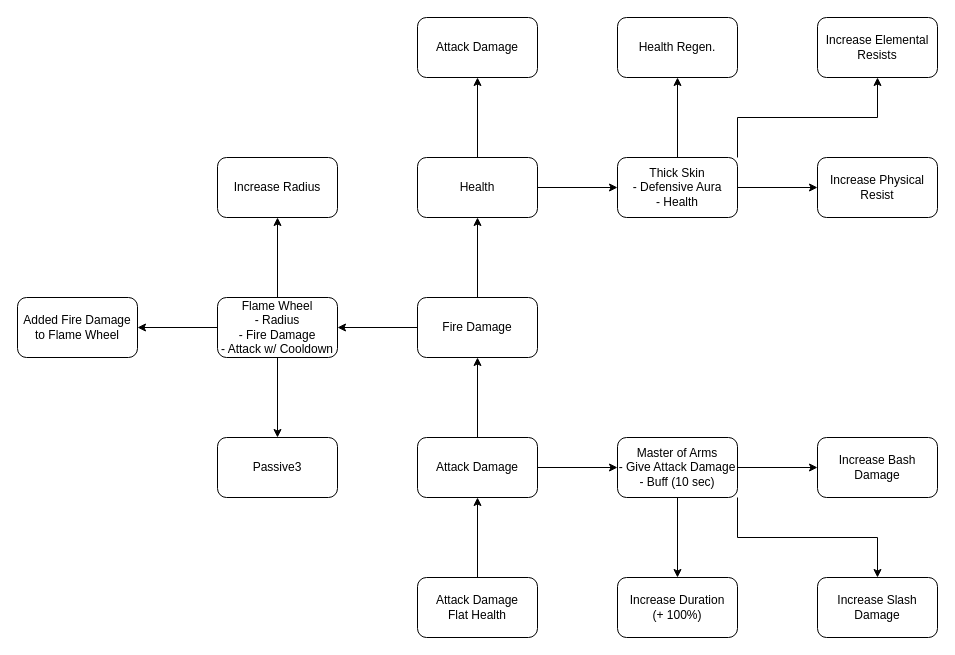
Above: page "Rebel" (1 of 30) of Docs/SkillTree.drawio in LeVieuxSinge/RoguelikeGame (draw.io), before the change. Source tidied: cells renumbered, new cells numbered last; positions are measured from the earlier drawing's top-left corner, leaving out a move shared by most shapes. Both pictures are drawn from the tidied source at 100%, with x=0, y=0 at pixel (17, 17).
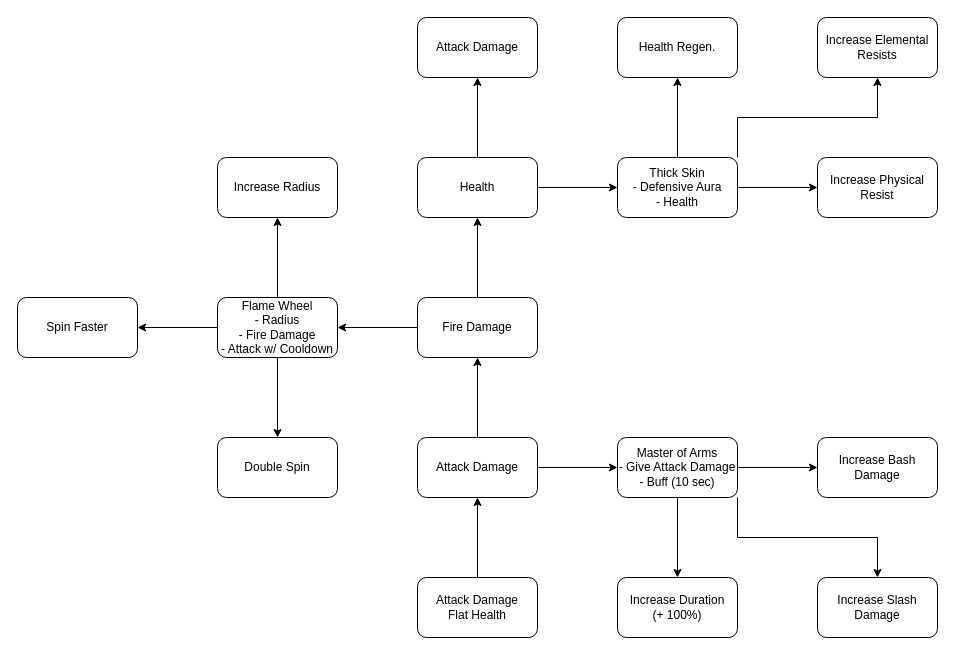
The same page after the edit.

What changed in the source:
```diff
@@
-    <mxCell id="29" value="Passive3" style="rounded=1;whiteSpace=wrap;html=1;" parent="1" vertex="1">
+    <mxCell id="29" value="Double Spin" style="rounded=1;whiteSpace=wrap;html=1;" parent="1" vertex="1">
       <mxGeometry x="200" y="420" width="120" height="60" as="geometry" />
     </mxCell>
-    <mxCell id="30" value="Added Fire Damage&lt;br&gt;to Flame Wheel" style="rounded=1;whiteSpace=wrap;html=1;" parent="1" vertex="1">
+    <mxCell id="30" value="Spin Faster" style="rounded=1;whiteSpace=wrap;html=1;" parent="1" vertex="1">
       <mxGeometry y="280" width="120" height="60" as="geometry" />
     </mxCell>
```
